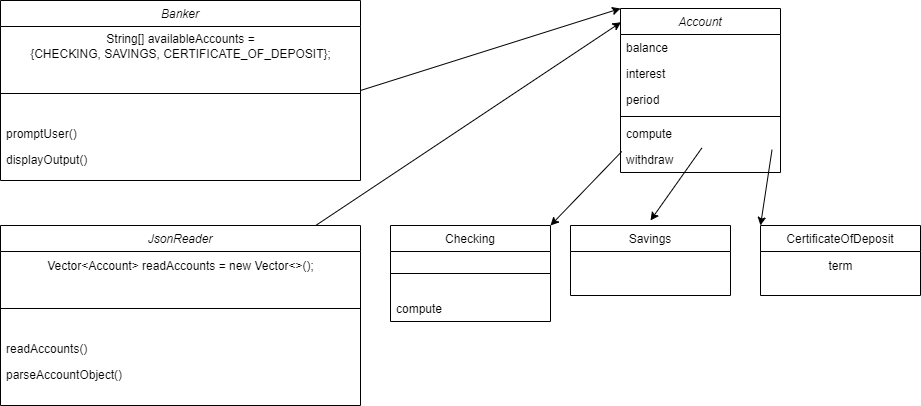
The draw.io diagram IT2045CFinalProject.drawio.png in comstogm/IT2045CFinalProject, before a commit. Source tidied: cells renumbered, new cells last; positions are measured from the earlier drawing's top-left corner, leaving out a move shared by most shapes.
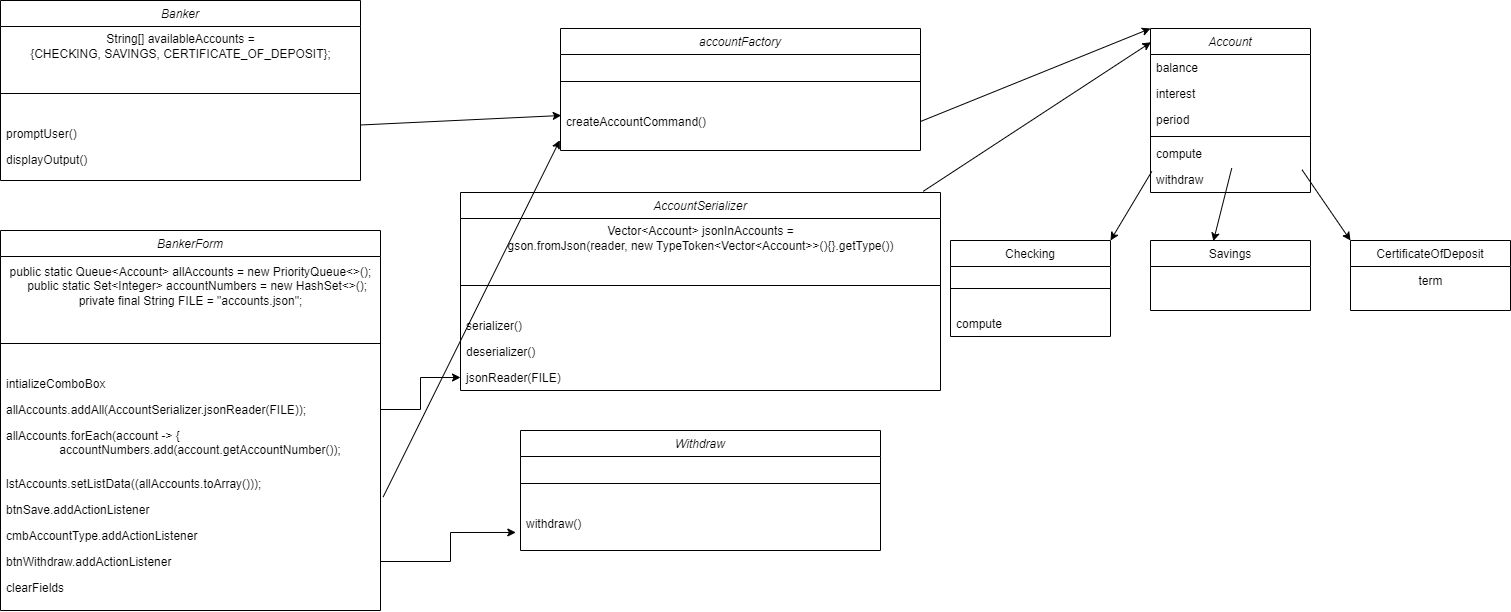
The same diagram one commit later.

Change to the diagram source:
```diff
@@ -3,7 +3,7 @@
     <mxCell id="0" />
     <mxCell id="1" parent="0" />
     <mxCell id="2" value="Account" style="swimlane;fontStyle=2;align=center;verticalAlign=top;horizontal=1;startSize=26;rounded=0;shadow=0;strokeWidth=1;" parent="1" vertex="1">
-      <mxGeometry x="620" y="8" width="160" height="164" as="geometry" />
+      <mxGeometry x="790" y="8" width="160" height="164" as="geometry" />
     </mxCell>
     <mxCell id="3" value="balance" style="text;align=left;verticalAlign=top;spacingLeft=4;spacingRight=4;overflow=hidden;" parent="2" vertex="1">
       <mxGeometry y="26" width="160" height="26" as="geometry" />
@@ -24,7 +24,7 @@
       <mxGeometry y="138" width="160" height="26" as="geometry" />
     </mxCell>
     <mxCell id="9" value="Checking" style="swimlane;fontStyle=0;align=center;verticalAlign=top;horizontal=1;startSize=26;rounded=0;shadow=0;strokeWidth=1;" parent="1" vertex="1">
-      <mxGeometry x="390" y="225" width="160" height="96" as="geometry" />
+      <mxGeometry x="590" y="220" width="160" height="96" as="geometry" />
     </mxCell>
     <mxCell id="10" style="line;html=1;strokeWidth=1;align=left;verticalAlign=middle;spacingTop=-1;spacingLeft=3;spacingRight=3;labelPosition=right;" parent="9" vertex="1">
       <mxGeometry y="26" width="160" height="44" as="geometry" />
@@ -33,10 +33,10 @@
       <mxGeometry y="70" width="160" height="26" as="geometry" />
     </mxCell>
     <mxCell id="12" value="Savings" style="swimlane;fontStyle=0;align=center;verticalAlign=top;horizontal=1;startSize=26;rounded=0;shadow=0;strokeWidth=1;" parent="1" vertex="1">
-      <mxGeometry x="570" y="225" width="160" height="70" as="geometry" />
+      <mxGeometry x="790" y="220" width="160" height="70" as="geometry" />
     </mxCell>
     <mxCell id="13" value="CertificateOfDeposit" style="swimlane;fontStyle=0;align=center;verticalAlign=top;horizontal=1;startSize=26;rounded=0;shadow=0;strokeWidth=1;" parent="1" vertex="1">
-      <mxGeometry x="760" y="225" width="160" height="70" as="geometry" />
+      <mxGeometry x="990" y="220" width="160" height="70" as="geometry" />
     </mxCell>
     <mxCell id="14" value="term" style="text;html=1;align=center;verticalAlign=middle;strokeColor=none;fillColor=none;" parent="13" vertex="1">
       <mxGeometry y="26" width="160" height="30" as="geometry" />
@@ -44,16 +44,14 @@
     <mxCell id="15" style="endArrow=classic;html=1;rounded=0;exitX=0.947;exitY=1.126;exitDx=0;exitDy=0;exitPerimeter=0;entryX=0;entryY=0;entryDx=0;entryDy=0;" parent="1" edge="1" source="7" target="13">
       <mxGeometry relative="1" as="geometry" />
     </mxCell>
-    <mxCell id="16" style="endArrow=classic;html=1;rounded=0;exitX=0.508;exitY=1.06;exitDx=0;exitDy=0;exitPerimeter=0;" parent="1" edge="1" source="7">
-      <mxGeometry relative="1" as="geometry">
-        <mxPoint x="650" y="220" as="targetPoint" />
-      </mxGeometry>
+    <mxCell id="16" style="endArrow=classic;html=1;rounded=0;exitX=0.508;exitY=1.06;exitDx=0;exitDy=0;exitPerimeter=0;entryX=0.393;entryY=0.01;entryDx=0;entryDy=0;entryPerimeter=0;" parent="1" edge="1" source="7" target="12">
+      <mxGeometry relative="1" as="geometry" />
     </mxCell>
     <mxCell id="17" style="endArrow=classic;html=1;rounded=0;exitX=0.008;exitY=1.192;exitDx=0;exitDy=0;exitPerimeter=0;entryX=1;entryY=0;entryDx=0;entryDy=0;" parent="1" edge="1" source="7" target="9">
       <mxGeometry relative="1" as="geometry" />
     </mxCell>
     <mxCell id="18" value="Banker" style="swimlane;fontStyle=2;align=center;verticalAlign=top;horizontal=1;startSize=26;rounded=0;shadow=0;strokeWidth=1;whiteSpace=wrap;" parent="1" vertex="1">
-      <mxGeometry width="360" height="180" as="geometry" />
+      <mxGeometry x="-360" y="-20" width="360" height="180" as="geometry" />
     </mxCell>
     <mxCell id="19" value="String[] availableAccounts = &lt;br&gt;{CHECKING, SAVINGS, CERTIFICATE_OF_DEPOSIT};&lt;br&gt;" style="text;align=center;verticalAlign=middle;strokeColor=none;fillColor=none;html=1;" parent="18" vertex="1">
       <mxGeometry y="26" width="360" height="40" as="geometry" />
@@ -67,26 +65,92 @@
     <mxCell id="22" value="displayOutput()" style="text;align=left;verticalAlign=top;spacingLeft=4;spacingRight=4;overflow=hidden;rounded=0;shadow=0;html=0;" parent="18" vertex="1">
       <mxGeometry y="146" width="360" height="26" as="geometry" />
     </mxCell>
-    <mxCell id="23" style="endArrow=classic;html=1;rounded=0;fontSize=11;exitX=1;exitY=0.5;exitDx=0;exitDy=0;entryX=0;entryY=0;entryDx=0;entryDy=0;" parent="1" edge="1" source="18" target="2">
+    <mxCell id="23" style="endArrow=classic;html=1;rounded=0;fontSize=11;entryX=0.002;entryY=0.269;entryDx=0;entryDy=0;entryPerimeter=0;" parent="1" edge="1" source="21" target="44">
       <mxGeometry relative="1" as="geometry" />
     </mxCell>
-    <mxCell id="24" value="JsonReader" style="swimlane;fontStyle=2;align=center;verticalAlign=top;horizontal=1;startSize=26;rounded=0;shadow=0;strokeWidth=1;whiteSpace=wrap;" parent="1" vertex="1">
-      <mxGeometry y="225" width="360" height="180" as="geometry" />
+    <mxCell id="24" value="AccountSerializer" style="swimlane;fontStyle=2;align=center;verticalAlign=top;horizontal=1;startSize=26;rounded=0;shadow=0;strokeWidth=1;whiteSpace=wrap;" parent="1" vertex="1">
+      <mxGeometry x="100" y="172" width="480" height="198" as="geometry" />
     </mxCell>
-    <mxCell id="25" value="Vector&amp;lt;Account&amp;gt; readAccounts = new Vector&amp;lt;&amp;gt;();" style="text;align=center;verticalAlign=middle;strokeColor=none;fillColor=none;html=1;" parent="24" vertex="1">
-      <mxGeometry y="26" width="360" height="30" as="geometry" />
+    <mxCell id="25" value="Vector&amp;lt;Account&amp;gt; jsonInAccounts = &lt;br&gt;gson.fromJson(reader, new TypeToken&amp;lt;Vector&amp;lt;Account&amp;gt;&amp;gt;(){}.getType())" style="text;align=center;verticalAlign=middle;strokeColor=none;fillColor=none;html=1;" parent="24" vertex="1">
+      <mxGeometry y="26" width="480" height="40" as="geometry" />
     </mxCell>
     <mxCell id="26" style="line;html=1;strokeWidth=1;align=left;verticalAlign=middle;spacingTop=-1;spacingLeft=3;spacingRight=3;labelPosition=right;" parent="24" vertex="1">
-      <mxGeometry y="56" width="360" height="54" as="geometry" />
+      <mxGeometry y="66" width="480" height="54" as="geometry" />
     </mxCell>
-    <mxCell id="27" value="readAccounts()" style="text;align=left;verticalAlign=top;spacingLeft=4;spacingRight=4;overflow=hidden;" parent="24" vertex="1">
-      <mxGeometry y="110" width="360" height="26" as="geometry" />
+    <mxCell id="27" value="serializer()" style="text;align=left;verticalAlign=top;spacingLeft=4;spacingRight=4;overflow=hidden;" parent="24" vertex="1">
+      <mxGeometry y="120" width="480" height="26" as="geometry" />
     </mxCell>
-    <mxCell id="28" value="parseAccountObject()" style="text;align=left;verticalAlign=top;spacingLeft=4;spacingRight=4;overflow=hidden;rounded=0;shadow=0;html=0;" parent="24" vertex="1">
-      <mxGeometry y="136" width="360" height="26" as="geometry" />
+    <mxCell id="28" value="deserializer()&#10;" style="text;align=left;verticalAlign=top;spacingLeft=4;spacingRight=4;overflow=hidden;rounded=0;shadow=0;html=0;" parent="24" vertex="1">
+      <mxGeometry y="146" width="480" height="26" as="geometry" />
     </mxCell>
+    <mxCell id="30" value="jsonReader(FILE)" style="text;align=left;verticalAlign=top;spacingLeft=4;spacingRight=4;overflow=hidden;points=[[0,0.5],[1,0.5]];portConstraint=eastwest;rounded=0;shadow=0;html=0;" parent="24" vertex="1">
+      <mxGeometry y="172" width="480" height="26" as="geometry" />
+    </mxCell>
-    <mxCell id="29" style="endArrow=classic;html=1;rounded=0;entryX=0.003;entryY=0.084;entryDx=0;entryDy=0;entryPerimeter=0;" parent="1" edge="1" source="24" target="2">
+    <mxCell id="29" style="endArrow=classic;html=1;rounded=0;entryX=0.003;entryY=0.084;entryDx=0;entryDy=0;entryPerimeter=0;exitX=0.964;exitY=-0.006;exitDx=0;exitDy=0;exitPerimeter=0;" parent="1" edge="1" source="24" target="2">
       <mxGeometry relative="1" as="geometry" />
     </mxCell>
+    <mxCell id="31" value="BankerForm" style="swimlane;fontStyle=2;align=center;verticalAlign=top;horizontal=1;startSize=26;rounded=0;shadow=0;strokeWidth=1;whiteSpace=wrap;" parent="1" vertex="1">
+      <mxGeometry x="-360" y="210" width="380" height="380" as="geometry" />
+    </mxCell>
+    <mxCell id="32" value="&lt;div&gt;public static Queue&amp;lt;Account&amp;gt; allAccounts = new PriorityQueue&amp;lt;&amp;gt;();&lt;/div&gt;&lt;div&gt;&amp;nbsp; &amp;nbsp; public static Set&amp;lt;Integer&amp;gt; accountNumbers = new HashSet&amp;lt;&amp;gt;();&lt;/div&gt;&lt;div&gt;private final String FILE = &quot;accounts.json&quot;;&lt;br&gt;&lt;/div&gt;" style="text;align=center;verticalAlign=middle;strokeColor=none;fillColor=none;html=1;" parent="31" vertex="1">
+      <mxGeometry y="26" width="380" height="60" as="geometry" />
+    </mxCell>
+    <mxCell id="33" style="line;html=1;strokeWidth=1;align=left;verticalAlign=middle;spacingTop=-1;spacingLeft=3;spacingRight=3;labelPosition=right;" parent="31" vertex="1">
+      <mxGeometry y="86" width="380" height="54" as="geometry" />
+    </mxCell>
+    <mxCell id="34" value="intializeComboBox" style="text;align=left;verticalAlign=top;spacingLeft=4;spacingRight=4;overflow=hidden;rounded=0;shadow=0;html=0;" parent="31" vertex="1">
+      <mxGeometry y="140" width="380" height="26" as="geometry" />
+    </mxCell>
+    <mxCell id="35" value="allAccounts.addAll(AccountSerializer.jsonReader(FILE));" style="text;align=left;verticalAlign=top;spacingLeft=4;spacingRight=4;overflow=hidden;points=[[0,0.5],[1,0.5]];portConstraint=eastwest;rounded=0;shadow=0;html=0;" parent="31" vertex="1">
+      <mxGeometry y="166" width="380" height="26" as="geometry" />
+    </mxCell>
+    <mxCell id="36" value="allAccounts.forEach(account -&gt; {&#10;                accountNumbers.add(account.getAccountNumber());" style="text;align=left;verticalAlign=top;spacingLeft=4;spacingRight=4;overflow=hidden;rounded=0;shadow=0;html=0;" parent="31" vertex="1">
+      <mxGeometry y="192" width="380" height="48" as="geometry" />
+    </mxCell>
+    <mxCell id="37" value="lstAccounts.setListData((allAccounts.toArray()));" style="text;align=left;verticalAlign=top;spacingLeft=4;spacingRight=4;overflow=hidden;rounded=0;shadow=0;html=0;" parent="31" vertex="1">
+      <mxGeometry y="240" width="380" height="26" as="geometry" />
+    </mxCell>
+    <mxCell id="38" value="btnSave.addActionListener" style="text;align=left;verticalAlign=top;spacingLeft=4;spacingRight=4;overflow=hidden;points=[[0,0.5],[1,0.5]];portConstraint=eastwest;rounded=0;shadow=0;html=0;" parent="31" vertex="1">
+      <mxGeometry y="266" width="380" height="26" as="geometry" />
+    </mxCell>
+    <mxCell id="39" value="cmbAccountType.addActionListener" style="text;align=left;verticalAlign=top;spacingLeft=4;spacingRight=4;overflow=hidden;rounded=0;shadow=0;html=0;" parent="31" vertex="1">
+      <mxGeometry y="292" width="380" height="26" as="geometry" />
+    </mxCell>
+    <mxCell id="40" value="btnWithdraw.addActionListener" style="text;align=left;verticalAlign=top;spacingLeft=4;spacingRight=4;overflow=hidden;points=[[0,0.5],[1,0.5]];portConstraint=eastwest;rounded=0;shadow=0;html=0;" parent="31" vertex="1">
+      <mxGeometry y="318" width="380" height="26" as="geometry" />
+    </mxCell>
+    <mxCell id="41" value="clearFields" style="text;align=left;verticalAlign=top;spacingLeft=4;spacingRight=4;overflow=hidden;rounded=0;shadow=0;html=0;" parent="31" vertex="1">
+      <mxGeometry y="344" width="380" height="26" as="geometry" />
+    </mxCell>
+    <mxCell id="42" value="accountFactory" style="swimlane;fontStyle=2;align=center;verticalAlign=top;horizontal=1;startSize=26;rounded=0;shadow=0;strokeWidth=1;whiteSpace=wrap;" parent="1" vertex="1">
+      <mxGeometry x="200" y="8" width="360" height="122" as="geometry" />
+    </mxCell>
+    <mxCell id="43" style="line;html=1;strokeWidth=1;align=left;verticalAlign=middle;spacingTop=-1;spacingLeft=3;spacingRight=3;labelPosition=right;" parent="42" vertex="1">
+      <mxGeometry y="26" width="360" height="54" as="geometry" />
+    </mxCell>
+    <mxCell id="44" value="createAccountCommand()" style="text;align=left;verticalAlign=top;spacingLeft=4;spacingRight=4;overflow=hidden;points=[[0,0.5],[1,0.5]];portConstraint=eastwest;" parent="42" vertex="1">
+      <mxGeometry y="80" width="360" height="26" as="geometry" />
+    </mxCell>
+    <mxCell id="45" style="endArrow=classic;html=1;rounded=0;exitX=1;exitY=0.5;exitDx=0;exitDy=0;entryX=0;entryY=0;entryDx=0;entryDy=0;" parent="1" edge="1" source="44" target="2">
+      <mxGeometry relative="1" as="geometry" />
+    </mxCell>
+    <mxCell id="46" value="Withdraw" style="swimlane;fontStyle=2;align=center;verticalAlign=top;horizontal=1;startSize=26;rounded=0;shadow=0;strokeWidth=1;whiteSpace=wrap;" parent="1" vertex="1">
+      <mxGeometry x="160" y="410" width="360" height="120" as="geometry" />
+    </mxCell>
+    <mxCell id="47" style="line;html=1;strokeWidth=1;align=left;verticalAlign=middle;spacingTop=-1;spacingLeft=3;spacingRight=3;labelPosition=right;" parent="46" vertex="1">
+      <mxGeometry y="26" width="360" height="54" as="geometry" />
+    </mxCell>
+    <mxCell id="48" value="withdraw()" style="text;align=left;verticalAlign=top;spacingLeft=4;spacingRight=4;overflow=hidden;points=[[0,0.5],[1,0.5]];portConstraint=eastwest;" parent="46" vertex="1">
+      <mxGeometry y="80" width="360" height="26" as="geometry" />
+    </mxCell>
+    <mxCell id="49" style="endArrow=classic;html=1;rounded=0;exitX=1.007;exitY=0.018;exitDx=0;exitDy=0;entryX=-0.002;entryY=1.222;entryDx=0;entryDy=0;entryPerimeter=0;exitPerimeter=0;" parent="1" edge="1" source="38" target="44">
+      <mxGeometry relative="1" as="geometry" />
+    </mxCell>
+    <mxCell id="50" style="edgeStyle=orthogonalEdgeStyle;rounded=0;jettySize=auto;html=1;" parent="1" edge="1" source="35" target="30">
+      <mxGeometry relative="1" as="geometry" />
+    </mxCell>
+    <mxCell id="51" style="edgeStyle=orthogonalEdgeStyle;rounded=0;jettySize=auto;html=1;exitX=1;exitY=0.5;exitDx=0;exitDy=0;entryX=-0.013;entryY=0.845;entryDx=0;entryDy=0;entryPerimeter=0;" parent="1" edge="1" source="40" target="48">
+      <mxGeometry relative="1" as="geometry" />
+    </mxCell>
   </root>
 </mxGraphModel>
```
